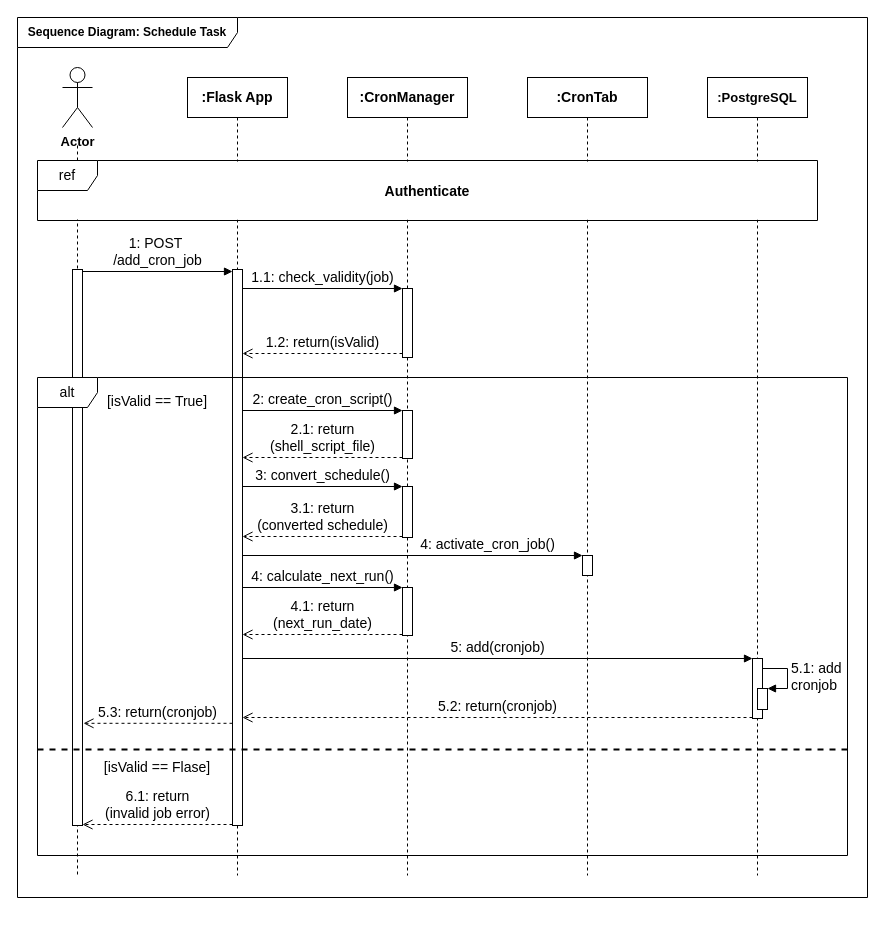
Above: sequence_schedule_task.drawio in DrXneaky/Diagram (draw.io), before the change. Source tidied: cells renumbered, new cells numbered last; positions are measured from the earlier drawing's top-left corner, leaving out a move shared by most shapes. Both pictures are drawn from the tidied source at 100%, with x=0, y=0 at pixel (17, 17).
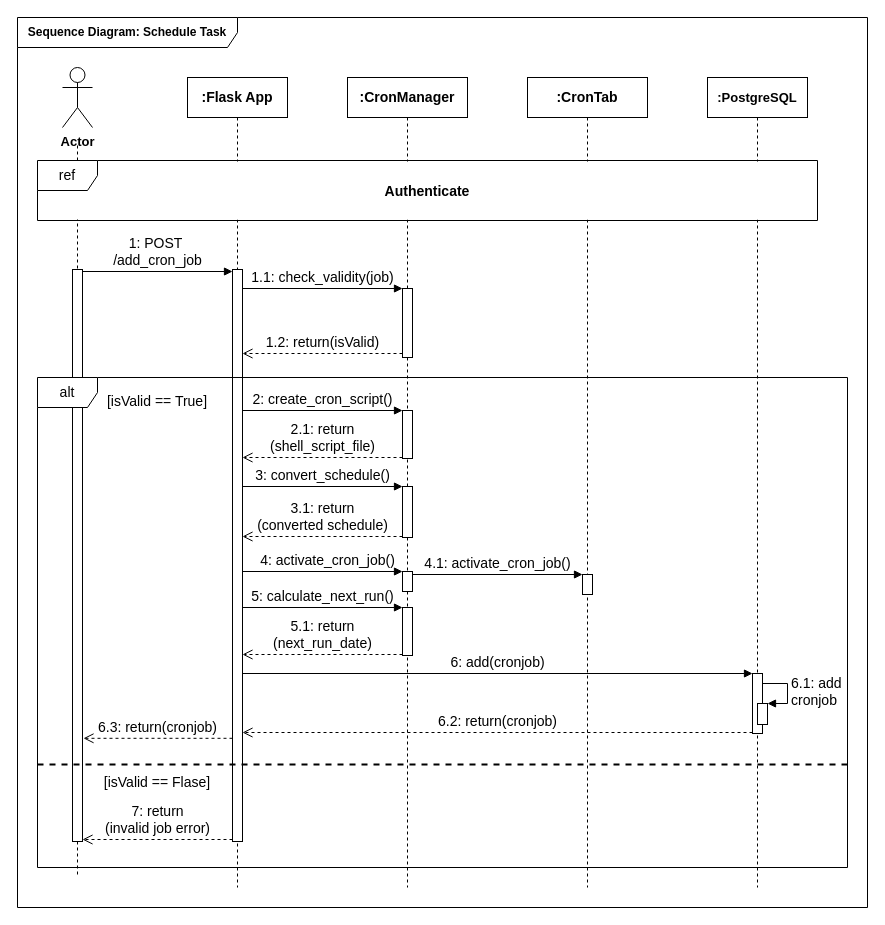
Above is the later version.

The edit, as a diff of the source:
```diff
@@
     <mxCell id="2" value="&lt;b&gt;&lt;font face=&quot;Old Standard TT&quot;&gt;Sequence Diagram: Schedule Task&lt;/font&gt;&lt;/b&gt;" style="shape=umlFrame;whiteSpace=wrap;html=1;width=220;height=30;" parent="1" vertex="1">
-      <mxGeometry width="850" height="880" as="geometry" />
+      <mxGeometry width="850" height="890" as="geometry" />
     </mxCell>
@@
     <mxCell id="4" value="&lt;font face=&quot;Old Standard TT&quot; size=&quot;1&quot;&gt;&lt;b style=&quot;font-size: 14px&quot;&gt;:CronTab&lt;/b&gt;&lt;/font&gt;" style="shape=umlLifeline;perimeter=lifelinePerimeter;whiteSpace=wrap;html=1;" parent="1" vertex="1">
-      <mxGeometry x="510" y="60" width="120" height="798" as="geometry" />
+      <mxGeometry x="510" y="60" width="120" height="810" as="geometry" />
     </mxCell>
     <mxCell id="5" value="&lt;font face=&quot;Old Standard TT&quot; size=&quot;1&quot;&gt;&lt;b style=&quot;font-size: 13px&quot;&gt;:PostgreSQL&lt;/b&gt;&lt;/font&gt;" style="shape=umlLifeline;perimeter=lifelinePerimeter;whiteSpace=wrap;html=1;" parent="1" vertex="1">
-      <mxGeometry x="690" y="60" width="100" height="798" as="geometry" />
+      <mxGeometry x="690" y="60" width="100" height="810" as="geometry" />
     </mxCell>
     <mxCell id="6" style="html=1;points=[];perimeter=orthogonalPerimeter;strokeWidth=1;fontFamily=Old Standard TT;fontSize=14;" parent="5" vertex="1">
-      <mxGeometry x="45" y="581" width="10" height="60" as="geometry" />
+      <mxGeometry x="45" y="596" width="10" height="60" as="geometry" />
     </mxCell>
     <mxCell id="7" style="html=1;points=[];perimeter=orthogonalPerimeter;strokeWidth=1;fontFamily=Old Standard TT;fontSize=14;" parent="5" vertex="1">
-      <mxGeometry x="50" y="611" width="10" height="21" as="geometry" />
+      <mxGeometry x="50" y="626" width="10" height="21" as="geometry" />
     </mxCell>
-    <mxCell id="8" value="5.1: add&lt;br&gt;cronjob" style="edgeStyle=orthogonalEdgeStyle;html=1;align=left;spacingLeft=2;endArrow=block;rounded=0;entryX=1;entryY=0;labelBackgroundColor=none;strokeWidth=1;fontFamily=Old Standard TT;fontSize=14;" parent="5" edge="1" target="7">
+    <mxCell id="8" value="6.1: add&lt;br&gt;cronjob" style="edgeStyle=orthogonalEdgeStyle;html=1;align=left;spacingLeft=2;endArrow=block;rounded=0;entryX=1;entryY=0;labelBackgroundColor=none;strokeWidth=1;fontFamily=Old Standard TT;fontSize=14;" parent="5" edge="1" target="7">
       <mxGeometry relative="1" as="geometry">
-        <mxPoint x="55" y="591" as="sourcePoint" />
+        <mxPoint x="55" y="606" as="sourcePoint" />
         <Array as="points">
-          <mxPoint x="80" y="591" />
+          <mxPoint x="80" y="606" />
         </Array>
       </mxGeometry>
     </mxCell>
@@
     <mxCell id="10" value="&lt;font face=&quot;Old Standard TT&quot; size=&quot;1&quot;&gt;&lt;b style=&quot;font-size: 14px&quot;&gt;:Flask App&lt;/b&gt;&lt;/font&gt;" style="shape=umlLifeline;perimeter=lifelinePerimeter;whiteSpace=wrap;html=1;" parent="1" vertex="1">
-      <mxGeometry x="170" y="60" width="100" height="798" as="geometry" />
+      <mxGeometry x="170" y="60" width="100" height="810" as="geometry" />
     </mxCell>
     <mxCell id="11" style="html=1;points=[];perimeter=orthogonalPerimeter;" parent="10" vertex="1">
-      <mxGeometry x="45" y="192" width="10" height="556" as="geometry" />
+      <mxGeometry x="45" y="192" width="10" height="572" as="geometry" />
     </mxCell>
@@
     <mxCell id="13" style="html=1;perimeter=orthogonalPerimeter;" parent="1" vertex="1">
-      <mxGeometry x="55" y="252" width="10" height="556" as="geometry" />
+      <mxGeometry x="55" y="252" width="10" height="572" as="geometry" />
     </mxCell>
     <mxCell id="14" value="&lt;font face=&quot;Old Standard TT&quot; size=&quot;1&quot;&gt;&lt;b style=&quot;font-size: 14px&quot;&gt;:CronManager&lt;/b&gt;&lt;/font&gt;" style="shape=umlLifeline;perimeter=lifelinePerimeter;whiteSpace=wrap;html=1;" parent="1" vertex="1">
-      <mxGeometry x="330" y="60" width="120" height="798" as="geometry" />
+      <mxGeometry x="330" y="60" width="120" height="810" as="geometry" />
     </mxCell>
     <mxCell id="15" style="html=1;points=[];perimeter=orthogonalPerimeter;" parent="14" vertex="1">
-      <mxGeometry x="235" y="478" width="10" height="20" as="geometry" />
+      <mxGeometry x="235" y="497" width="10" height="20" as="geometry" />
     </mxCell>
@@
-    <mxCell id="21" value="&lt;font style=&quot;font-size: 14px&quot; face=&quot;Old Standard TT&quot;&gt;4: activate_cron_job()&lt;/font&gt;" style="html=1;verticalAlign=bottom;endArrow=block;labelBackgroundColor=none;" parent="1" edge="1">
-      <mxGeometry x="0.44" relative="1" as="geometry">
-        <mxPoint x="225" y="538" as="sourcePoint" />
-        <mxPoint x="565" y="538" as="targetPoint" />
+    <mxCell id="21" value="&lt;font style=&quot;font-size: 14px&quot; face=&quot;Old Standard TT&quot;&gt;4: activate_cron_job()&lt;/font&gt;" style="html=1;verticalAlign=bottom;endArrow=block;labelBackgroundColor=none;" parent="1" edge="1" target="39">
+      <mxGeometry x="0.06" relative="1" as="geometry">
+        <mxPoint x="225" y="554" as="sourcePoint" />
       </mxGeometry>
     </mxCell>
@@
     <mxCell id="25" style="html=1;points=[];perimeter=orthogonalPerimeter;fontFamily=Old Standard TT;fontSize=14;" parent="1" vertex="1">
-      <mxGeometry x="385" y="570" width="10" height="48" as="geometry" />
+      <mxGeometry x="385" y="590" width="10" height="48" as="geometry" />
     </mxCell>
-    <mxCell id="26" value="4.1: return&lt;br&gt;(next_run_date)" style="html=1;verticalAlign=bottom;endArrow=open;dashed=1;endSize=8;exitX=0;exitY=0.95;labelBackgroundColor=none;fontFamily=Old Standard TT;fontSize=14;" parent="1" edge="1">
+    <mxCell id="26" value="5.1: return&lt;br&gt;(next_run_date)" style="html=1;verticalAlign=bottom;endArrow=open;dashed=1;endSize=8;exitX=0;exitY=0.95;labelBackgroundColor=none;fontFamily=Old Standard TT;fontSize=14;" parent="1" edge="1">
       <mxGeometry relative="1" as="geometry">
-        <mxPoint x="385" y="617" as="sourcePoint" />
-        <mxPoint x="225" y="617" as="targetPoint" />
+        <mxPoint x="385" y="637" as="sourcePoint" />
+        <mxPoint x="225" y="637" as="targetPoint" />
       </mxGeometry>
     </mxCell>
-    <mxCell id="27" value="4: calculate_next_run()" style="html=1;verticalAlign=bottom;endArrow=block;entryX=0;entryY=0;labelBackgroundColor=none;fontFamily=Old Standard TT;fontSize=14;" parent="1" edge="1" target="25">
+    <mxCell id="27" value="5: calculate_next_run()" style="html=1;verticalAlign=bottom;endArrow=block;entryX=0;entryY=0;labelBackgroundColor=none;fontFamily=Old Standard TT;fontSize=14;" parent="1" edge="1" target="25">
       <mxGeometry relative="1" as="geometry">
-        <mxPoint x="225" y="570" as="sourcePoint" />
+        <mxPoint x="225" y="590" as="sourcePoint" />
       </mxGeometry>
     </mxCell>
     <mxCell id="28" value="[isValid == Flase]" style="text;align=center;fontStyle=0;verticalAlign=middle;spacingLeft=3;spacingRight=3;strokeColor=none;fontFamily=Old Standard TT;fontSize=14;" parent="1" vertex="1">
-      <mxGeometry x="70" y="736" width="140" height="26" as="geometry" />
+      <mxGeometry x="70" y="751" width="140" height="26" as="geometry" />
     </mxCell>
@@
-    <mxCell id="31" value="5: add(cronjob)" style="html=1;verticalAlign=bottom;endArrow=block;entryX=0;entryY=0;labelBackgroundColor=none;strokeWidth=1;fontFamily=Old Standard TT;fontSize=14;" parent="1" edge="1" target="6">
+    <mxCell id="31" value="6: add(cronjob)" style="html=1;verticalAlign=bottom;endArrow=block;entryX=0;entryY=0;labelBackgroundColor=none;strokeWidth=1;fontFamily=Old Standard TT;fontSize=14;" parent="1" edge="1" target="6">
       <mxGeometry relative="1" as="geometry">
-        <mxPoint x="225" y="641" as="sourcePoint" />
+        <mxPoint x="225" y="656" as="sourcePoint" />
       </mxGeometry>
     </mxCell>
-    <mxCell id="32" value="5.2: return(cronjob)" style="html=1;verticalAlign=bottom;endArrow=open;dashed=1;endSize=8;exitX=0;exitY=0.95;labelBackgroundColor=none;strokeWidth=1;fontFamily=Old Standard TT;fontSize=14;" parent="1" edge="1">
+    <mxCell id="32" value="6.2: return(cronjob)" style="html=1;verticalAlign=bottom;endArrow=open;dashed=1;endSize=8;exitX=0;exitY=0.95;labelBackgroundColor=none;strokeWidth=1;fontFamily=Old Standard TT;fontSize=14;" parent="1" edge="1">
       <mxGeometry relative="1" as="geometry">
-        <mxPoint x="735" y="700" as="sourcePoint" />
-        <mxPoint x="225" y="700" as="targetPoint" />
+        <mxPoint x="735" y="715" as="sourcePoint" />
+        <mxPoint x="225" y="715" as="targetPoint" />
       </mxGeometry>
     </mxCell>
-    <mxCell id="33" value="6.1: return&lt;br&gt;(invalid job error)" style="html=1;verticalAlign=bottom;endArrow=open;dashed=1;endSize=8;labelBackgroundColor=none;strokeWidth=1;fontFamily=Old Standard TT;fontSize=14;" parent="1" edge="1">
+    <mxCell id="33" value="7: return&lt;br&gt;(invalid job error)" style="html=1;verticalAlign=bottom;endArrow=open;dashed=1;endSize=8;labelBackgroundColor=none;strokeWidth=1;fontFamily=Old Standard TT;fontSize=14;" parent="1" edge="1" source="11">
       <mxGeometry relative="1" as="geometry">
-        <mxPoint x="215" y="807" as="sourcePoint" />
-        <mxPoint x="65" y="807" as="targetPoint" />
+        <mxPoint x="65" y="822" as="targetPoint" />
       </mxGeometry>
     </mxCell>
-    <mxCell id="34" value="5.3: return(cronjob)" style="html=1;verticalAlign=bottom;endArrow=open;dashed=1;endSize=8;labelBackgroundColor=none;strokeWidth=1;fontFamily=Old Standard TT;fontSize=14;entryX=1.1;entryY=0.8;entryDx=0;entryDy=0;entryPerimeter=0;" parent="1" edge="1">
+    <mxCell id="34" value="6.3: return(cronjob)" style="html=1;verticalAlign=bottom;endArrow=open;dashed=1;endSize=8;labelBackgroundColor=none;strokeWidth=1;fontFamily=Old Standard TT;fontSize=14;entryX=1.1;entryY=0.8;entryDx=0;entryDy=0;entryPerimeter=0;" parent="1" edge="1">
       <mxGeometry x="0.01" relative="1" as="geometry">
-        <mxPoint x="215" y="705.8" as="sourcePoint" />
-        <mxPoint x="66" y="705.8" as="targetPoint" />
+        <mxPoint x="215" y="720.8" as="sourcePoint" />
+        <mxPoint x="66" y="720.8" as="targetPoint" />
       </mxGeometry>
     </mxCell>
     <mxCell id="35" style="line;strokeWidth=2;fillColor=none;align=left;verticalAlign=middle;spacingTop=-1;spacingLeft=3;spacingRight=3;labelPosition=right;fontFamily=Old Standard TT;fontSize=14;dashed=1;" parent="1" vertex="1">
-      <mxGeometry x="20" y="728" width="810" height="8" as="geometry" />
+      <mxGeometry x="20" y="743" width="810" height="8" as="geometry" />
     </mxCell>
@@
+    <mxCell id="39" style="html=1;points=[];perimeter=orthogonalPerimeter;" parent="1" vertex="1">
+      <mxGeometry x="385" y="554" width="10" height="20" as="geometry" />
+    </mxCell>
+    <mxCell id="40" value="&lt;font style=&quot;font-size: 14px&quot; face=&quot;Old Standard TT&quot;&gt;4.1: activate_cron_job()&lt;/font&gt;" style="html=1;verticalAlign=bottom;endArrow=block;labelBackgroundColor=none;" parent="1" edge="1" target="15">
+      <mxGeometry relative="1" as="geometry">
+        <mxPoint x="395" y="557" as="sourcePoint" />
+      </mxGeometry>
+    </mxCell>
     <mxCell id="38" value="&lt;font face=&quot;Old Standard TT&quot; style=&quot;font-size: 14px&quot;&gt;alt&lt;/font&gt;" style="shape=umlFrame;whiteSpace=wrap;html=1;" parent="1" vertex="1">
-      <mxGeometry x="20" y="360" width="810" height="478" as="geometry" />
+      <mxGeometry x="20" y="360" width="810" height="490" as="geometry" />
     </mxCell>
```
